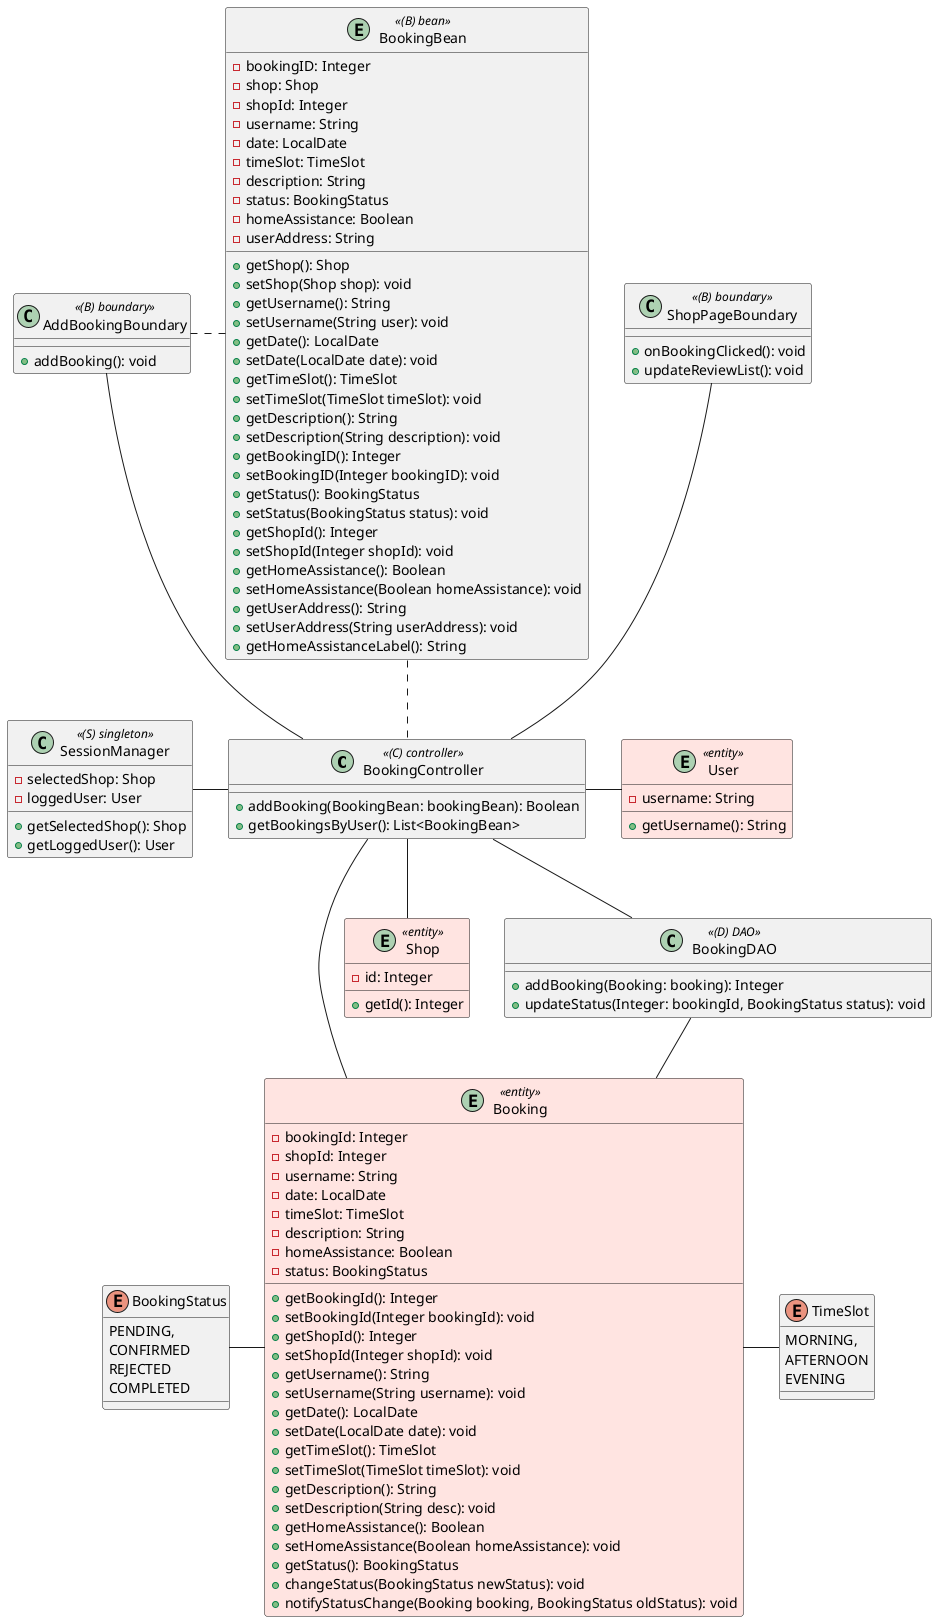
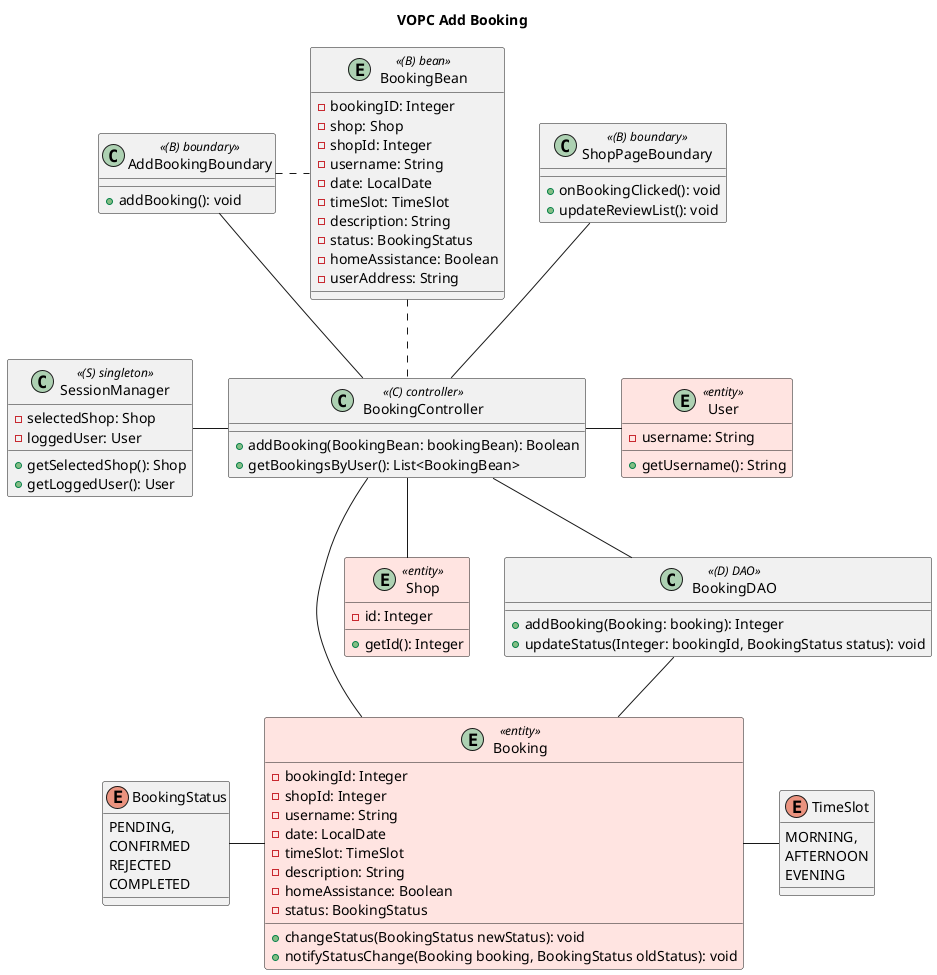
@startuml

+ title VOPC Add Booking

skinparam class {
BackgroundColor<<controller>> PowderBlue
BackgroundColor<<bean>> White
BackgroundColor<<entity>> MistyRose
BackgroundColor<<boundary>> LemonChiffon
BackgroundColor<<singleton>> palegreen
BackgroundColor<<dao>> Silver

}

class BookingController <<(C) controller>> {
    + addBooking(BookingBean: bookingBean): Boolean
    + getBookingsByUser(): List<BookingBean>
}

class AddBookingBoundary <<(B) boundary>>{
    + addBooking(): void
}

class ShopPageBoundary <<(B) boundary>>{
    + onBookingClicked(): void
    + updateReviewList(): void
}

class SessionManager <<(S) singleton>>{
    - selectedShop: Shop
    - loggedUser: User
    + getSelectedShop(): Shop
    + getLoggedUser(): User
}

entity User <<entity>>{
    - username: String
    + getUsername(): String
}

entity Shop <<entity>>{
    - id: Integer
    + getId(): Integer
}


entity BookingBean <<(B) bean>> {
    - bookingID: Integer
    - shop: Shop
    - shopId: Integer
    - username: String
    - date: LocalDate
    - timeSlot: TimeSlot
    - description: String
    - status: BookingStatus
    - homeAssistance: Boolean
    - userAddress: String
- 
-     + getShop(): Shop
-     + setShop(Shop shop): void
-     + getUsername(): String
-     + setUsername(String user): void
-     + getDate(): LocalDate
-     + setDate(LocalDate date): void
-     + getTimeSlot(): TimeSlot
-     + setTimeSlot(TimeSlot timeSlot): void
-     + getDescription(): String
-     + setDescription(String description): void
-     + getBookingID(): Integer
-     + setBookingID(Integer bookingID): void
-     + getStatus(): BookingStatus
-     + setStatus(BookingStatus status): void
-     + getShopId(): Integer
-     + setShopId(Integer shopId): void
-     + getHomeAssistance(): Boolean
-     + setHomeAssistance(Boolean homeAssistance): void
-     + getUserAddress(): String
-     + setUserAddress(String userAddress): void
-     + getHomeAssistanceLabel(): String
}

class BookingDAO <<(D) DAO>>{
  + addBooking(Booking: booking): Integer
  + updateStatus(Integer: bookingId, BookingStatus status): void
}

entity Booking <<entity>>{
    - bookingId: Integer
    - shopId: Integer
    - username: String
    - date: LocalDate
    - timeSlot: TimeSlot
    - description: String
    - homeAssistance: Boolean
    - status: BookingStatus
-     + getBookingId(): Integer
-     + setBookingId(Integer bookingId): void
-     + getShopId(): Integer
-     + setShopId(Integer shopId): void
-     + getUsername(): String
-     + setUsername(String username): void
-     + getDate(): LocalDate
-     + setDate(LocalDate date): void
-     + getTimeSlot(): TimeSlot
-     + setTimeSlot(TimeSlot timeSlot): void
-     + getDescription(): String
-     + setDescription(String desc): void
-     + getHomeAssistance(): Boolean
-     + setHomeAssistance(Boolean homeAssistance): void
-     + getStatus(): BookingStatus
    + changeStatus(BookingStatus newStatus): void
    + notifyStatusChange(Booking booking, BookingStatus oldStatus): void
}

enum TimeSlot {
  MORNING,
  AFTERNOON
  EVENING
}

enum BookingStatus {
  PENDING,
  CONFIRMED
  REJECTED
  COMPLETED
}



ShopPageBoundary -d- BookingController
AddBookingBoundary -d- BookingController
AddBookingBoundary .r. BookingBean
BookingController .u. BookingBean
BookingController -l- SessionManager
BookingController -r- User
BookingController -- Shop
BookingController -d- BookingDAO
BookingController -- Booking
BookingDAO -- Booking
Booking -r- TimeSlot
Booking -l- BookingStatus

@enduml
